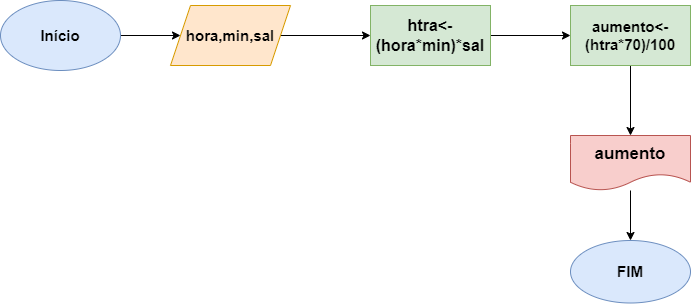
The draw.io diagram aula_fluxo_testemesa/aumento.drawio.png in projetosthif/AulasAlgoritmos, before a commit. Source tidied: cells renumbered, new cells last; positions are measured from the earlier drawing's top-left corner, leaving out a move shared by most shapes.
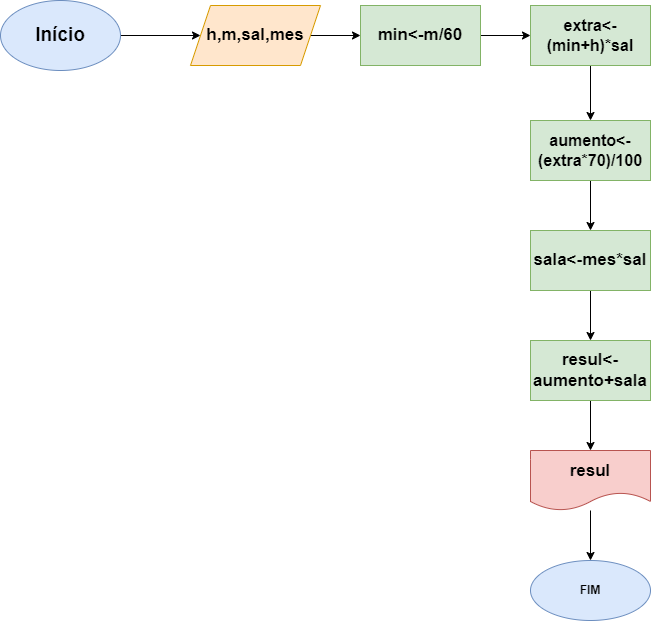
Later version of the same file.

Change to the diagram source:
```diff
@@ -2,38 +2,56 @@
   <root>
     <mxCell id="0" />
     <mxCell id="1" parent="0" />
-    <mxCell id="2" style="edgeStyle=orthogonalEdgeStyle;rounded=0;jettySize=auto;html=1;fontSize=15;" parent="1" edge="1" source="3" target="5">
-      <mxGeometry relative="1" as="geometry" />
-    </mxCell>
+    <mxCell id="13" style="edgeStyle=orthogonalEdgeStyle;rounded=0;jettySize=auto;html=1;fontSize=19;" parent="1" edge="1" source="3" target="15">
+      <mxGeometry relative="1" as="geometry" />
+    </mxCell>
-    <mxCell id="3" value="&lt;b&gt;&lt;font style=&quot;font-size: 15px;&quot;&gt;Início&lt;/font&gt;&lt;/b&gt;" style="ellipse;whiteSpace=wrap;html=1;fillColor=#dae8fc;strokeColor=#6c8ebf;" parent="1" vertex="1">
-      <mxGeometry width="120" height="70" as="geometry" />
+    <mxCell id="3" value="&lt;b&gt;&lt;font style=&quot;font-size: 19px;&quot;&gt;Início&lt;/font&gt;&lt;/b&gt;" style="ellipse;whiteSpace=wrap;html=1;fillColor=#dae8fc;strokeColor=#6c8ebf;" parent="1" vertex="1">
+      <mxGeometry y="30" width="120" height="70" as="geometry" />
     </mxCell>
-    <mxCell id="4" style="edgeStyle=orthogonalEdgeStyle;rounded=0;jettySize=auto;html=1;fontSize=16;" parent="1" edge="1" source="5" target="7">
-      <mxGeometry relative="1" as="geometry" />
-    </mxCell>
-    <mxCell id="5" value="&lt;b&gt;&lt;font style=&quot;font-size: 15px;&quot;&gt;hora,min,sal&lt;/font&gt;&lt;/b&gt;" style="shape=parallelogram;perimeter=parallelogramPerimeter;whiteSpace=wrap;html=1;fixedSize=1;fillColor=#ffe6cc;strokeColor=#d79b00;" parent="1" vertex="1">
-      <mxGeometry x="170" y="5" width="120" height="60" as="geometry" />
-    </mxCell>
-    <mxCell id="6" style="edgeStyle=orthogonalEdgeStyle;rounded=0;jettySize=auto;html=1;fontSize=16;" parent="1" edge="1" source="7" target="9">
-      <mxGeometry relative="1" as="geometry" />
-    </mxCell>
-    <mxCell id="7" value="&lt;b&gt;&lt;font style=&quot;font-size: 16px;&quot;&gt;htra&amp;lt;-(hora*min)*sal&lt;/font&gt;&lt;/b&gt;" style="whiteSpace=wrap;html=1;fillColor=#d5e8d4;strokeColor=#82b366;" parent="1" vertex="1">
-      <mxGeometry x="370" y="5" width="120" height="60" as="geometry" />
-    </mxCell>
-    <mxCell id="8" style="edgeStyle=orthogonalEdgeStyle;rounded=0;jettySize=auto;html=1;fontSize=16;" parent="1" edge="1" source="9" target="11">
-      <mxGeometry relative="1" as="geometry" />
-    </mxCell>
-    <mxCell id="9" value="&lt;b&gt;&lt;font style=&quot;font-size: 15px;&quot;&gt;aumento&amp;lt;-(htra*70)/100&lt;/font&gt;&lt;/b&gt;" style="whiteSpace=wrap;html=1;fillColor=#d5e8d4;strokeColor=#82b366;" parent="1" vertex="1">
-      <mxGeometry x="570" y="5" width="120" height="60" as="geometry" />
-    </mxCell>
-    <mxCell id="10" style="edgeStyle=orthogonalEdgeStyle;rounded=0;jettySize=auto;html=1;fontSize=16;" parent="1" edge="1" source="11" target="12">
-      <mxGeometry relative="1" as="geometry" />
-    </mxCell>
-    <mxCell id="11" value="&lt;b&gt;&lt;font style=&quot;font-size: 17px;&quot;&gt;aumento&lt;/font&gt;&lt;/b&gt;" style="shape=document;whiteSpace=wrap;html=1;boundedLbl=1;fillColor=#f8cecc;strokeColor=#b85450;" parent="1" vertex="1">
-      <mxGeometry x="570" y="135" width="120" height="55" as="geometry" />
-    </mxCell>
+    <mxCell id="14" style="edgeStyle=orthogonalEdgeStyle;rounded=0;jettySize=auto;html=1;fontSize=19;" parent="1" edge="1" source="15" target="17">
+      <mxGeometry relative="1" as="geometry" />
+    </mxCell>
+    <mxCell id="15" value="&lt;b&gt;&lt;font style=&quot;font-size: 17px;&quot;&gt;h,m,sal,mes&lt;/font&gt;&lt;/b&gt;" style="shape=parallelogram;perimeter=parallelogramPerimeter;whiteSpace=wrap;html=1;fixedSize=1;fillColor=#ffe6cc;strokeColor=#d79b00;" parent="1" vertex="1">
+      <mxGeometry x="190" y="35" width="130" height="60" as="geometry" />
+    </mxCell>
+    <mxCell id="16" style="edgeStyle=orthogonalEdgeStyle;rounded=0;jettySize=auto;html=1;fontSize=19;" parent="1" edge="1" source="17" target="19">
+      <mxGeometry relative="1" as="geometry" />
+    </mxCell>
+    <mxCell id="17" value="&lt;font style=&quot;font-size: 17px;&quot;&gt;&lt;b&gt;min&amp;lt;-m/60&lt;/b&gt;&lt;/font&gt;" style="whiteSpace=wrap;html=1;fillColor=#d5e8d4;strokeColor=#82b366;" parent="1" vertex="1">
+      <mxGeometry x="360" y="35" width="120" height="60" as="geometry" />
+    </mxCell>
+    <mxCell id="18" style="edgeStyle=orthogonalEdgeStyle;rounded=0;jettySize=auto;html=1;fontSize=19;" parent="1" edge="1" source="19" target="21">
+      <mxGeometry relative="1" as="geometry" />
+    </mxCell>
+    <mxCell id="19" value="&lt;font style=&quot;font-size: 16px;&quot;&gt;&lt;b&gt;extra&amp;lt;-(min+h)*sal&lt;/b&gt;&lt;/font&gt;" style="whiteSpace=wrap;html=1;fillColor=#d5e8d4;strokeColor=#82b366;" parent="1" vertex="1">
+      <mxGeometry x="530" y="35" width="120" height="60" as="geometry" />
+    </mxCell>
+    <mxCell id="20" style="edgeStyle=orthogonalEdgeStyle;rounded=0;jettySize=auto;html=1;fontSize=15;" parent="1" edge="1" source="21" target="23">
+      <mxGeometry relative="1" as="geometry" />
+    </mxCell>
+    <mxCell id="21" value="&lt;font style=&quot;font-size: 16px;&quot;&gt;&lt;b&gt;aumento&amp;lt;-(extra*70)/100&lt;/b&gt;&lt;/font&gt;" style="whiteSpace=wrap;html=1;fillColor=#d5e8d4;strokeColor=#82b366;" parent="1" vertex="1">
+      <mxGeometry x="530" y="150" width="120" height="60" as="geometry" />
+    </mxCell>
+    <mxCell id="22" style="edgeStyle=orthogonalEdgeStyle;rounded=0;jettySize=auto;html=1;fontSize=15;" parent="1" edge="1" source="23" target="25">
+      <mxGeometry relative="1" as="geometry" />
+    </mxCell>
+    <mxCell id="23" value="&lt;b&gt;&lt;font style=&quot;font-size: 17px;&quot;&gt;sala&amp;lt;-mes*sal&lt;/font&gt;&lt;/b&gt;" style="whiteSpace=wrap;html=1;fillColor=#d5e8d4;strokeColor=#82b366;" parent="1" vertex="1">
+      <mxGeometry x="530" y="260" width="120" height="60" as="geometry" />
+    </mxCell>
+    <mxCell id="24" style="edgeStyle=orthogonalEdgeStyle;rounded=0;jettySize=auto;html=1;fontSize=17;" parent="1" edge="1" source="25" target="27">
+      <mxGeometry relative="1" as="geometry" />
+    </mxCell>
+    <mxCell id="25" value="&lt;b&gt;&lt;font style=&quot;font-size: 17px;&quot;&gt;resul&amp;lt;-aumento+sala&lt;/font&gt;&lt;/b&gt;" style="whiteSpace=wrap;html=1;fillColor=#d5e8d4;strokeColor=#82b366;" parent="1" vertex="1">
+      <mxGeometry x="530" y="370" width="120" height="60" as="geometry" />
+    </mxCell>
+    <mxCell id="26" style="edgeStyle=orthogonalEdgeStyle;rounded=0;jettySize=auto;html=1;fontSize=17;" parent="1" edge="1" source="27" target="12">
+      <mxGeometry relative="1" as="geometry" />
+    </mxCell>
+    <mxCell id="27" value="&lt;b&gt;&lt;font style=&quot;font-size: 17px;&quot;&gt;resul&lt;/font&gt;&lt;/b&gt;" style="shape=document;whiteSpace=wrap;html=1;boundedLbl=1;fillColor=#f8cecc;strokeColor=#b85450;" parent="1" vertex="1">
+      <mxGeometry x="530" y="480" width="120" height="60" as="geometry" />
+    </mxCell>
-    <mxCell id="12" value="&lt;b&gt;&lt;font style=&quot;font-size: 15px;&quot;&gt;FIM&lt;/font&gt;&lt;/b&gt;" style="ellipse;whiteSpace=wrap;html=1;fillColor=#dae8fc;strokeColor=#6c8ebf;" parent="1" vertex="1">
-      <mxGeometry x="570" y="240" width="120" height="62.5" as="geometry" />
+    <mxCell id="12" value="&lt;b&gt;FIM&lt;/b&gt;" style="ellipse;whiteSpace=wrap;html=1;fillColor=#dae8fc;strokeColor=#6c8ebf;" parent="1" vertex="1">
+      <mxGeometry x="530" y="590" width="120" height="60" as="geometry" />
     </mxCell>
   </root>
 </mxGraphModel>
```
